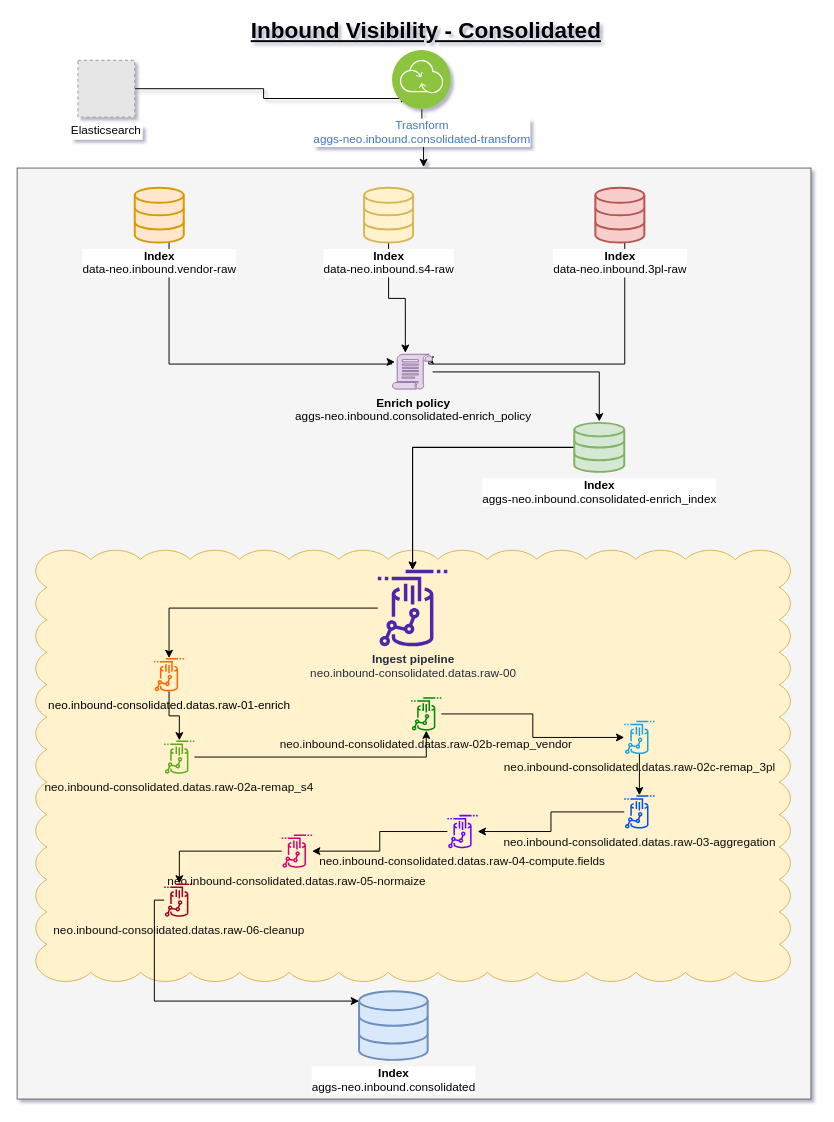
baranharis/Diagram-LOREAL keeps this draw.io diagram as Inbound_Visibility-Consolidated.drawio. Above is the earlier version. Source tidied: cells renumbered, new cells numbered last; positions are measured from the earlier drawing's top-left corner, leaving out a move shared by most shapes. Both pictures are drawn from the tidied source at 98%, with x=0, y=0 at pixel (17, 21). Pictures stored in the file or linked from it are replaced by grey dashed boxes.
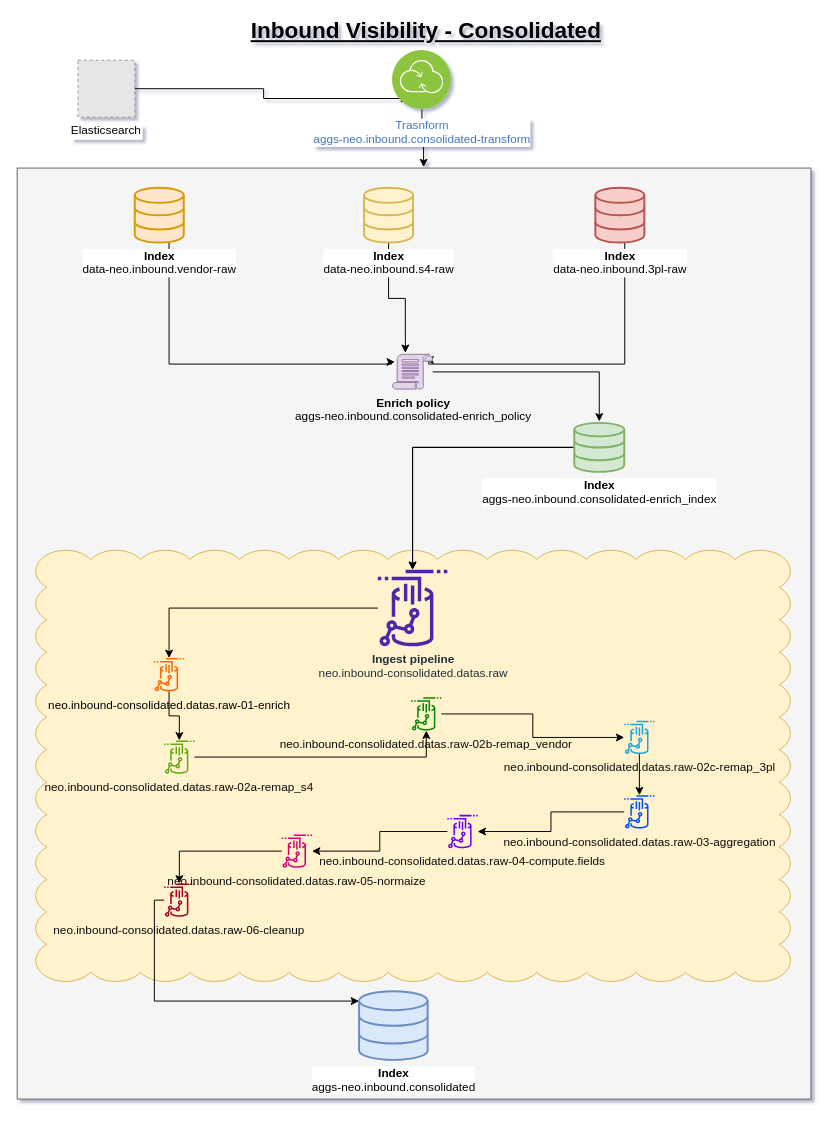
The same page after the edit.

Commit message:
Mettre à jour Inbound_Visibility-Consolidated.drawio

Diff of the diagram source:
```diff
@@
-    <mxCell id="25" value="&lt;b&gt;Ingest pipeline&lt;/b&gt;&lt;br&gt;neo.inbound-consolidated.datas.raw-00" style="sketch=0;outlineConnect=0;fontColor=#232F3E;gradientColor=none;fillColor=#4D27AA;strokeColor=none;dashed=0;verticalLabelPosition=bottom;verticalAlign=top;align=center;html=1;fontSize=12;fontStyle=0;shape=mxgraph.aws4.redshift_streaming_ingestion;" parent="1" vertex="1">
+    <mxCell id="25" value="&lt;b&gt;Ingest pipeline&lt;/b&gt;&lt;br&gt;neo.inbound-consolidated.datas.raw" style="sketch=0;outlineConnect=0;fontColor=#232F3E;gradientColor=none;fillColor=#4D27AA;strokeColor=none;dashed=0;verticalLabelPosition=bottom;verticalAlign=top;align=center;html=1;fontSize=12;fontStyle=0;shape=mxgraph.aws4.redshift_streaming_ingestion;" parent="1" vertex="1">
       <mxGeometry x="368" y="560" width="71" height="78" as="geometry" />
     </mxCell>
```
